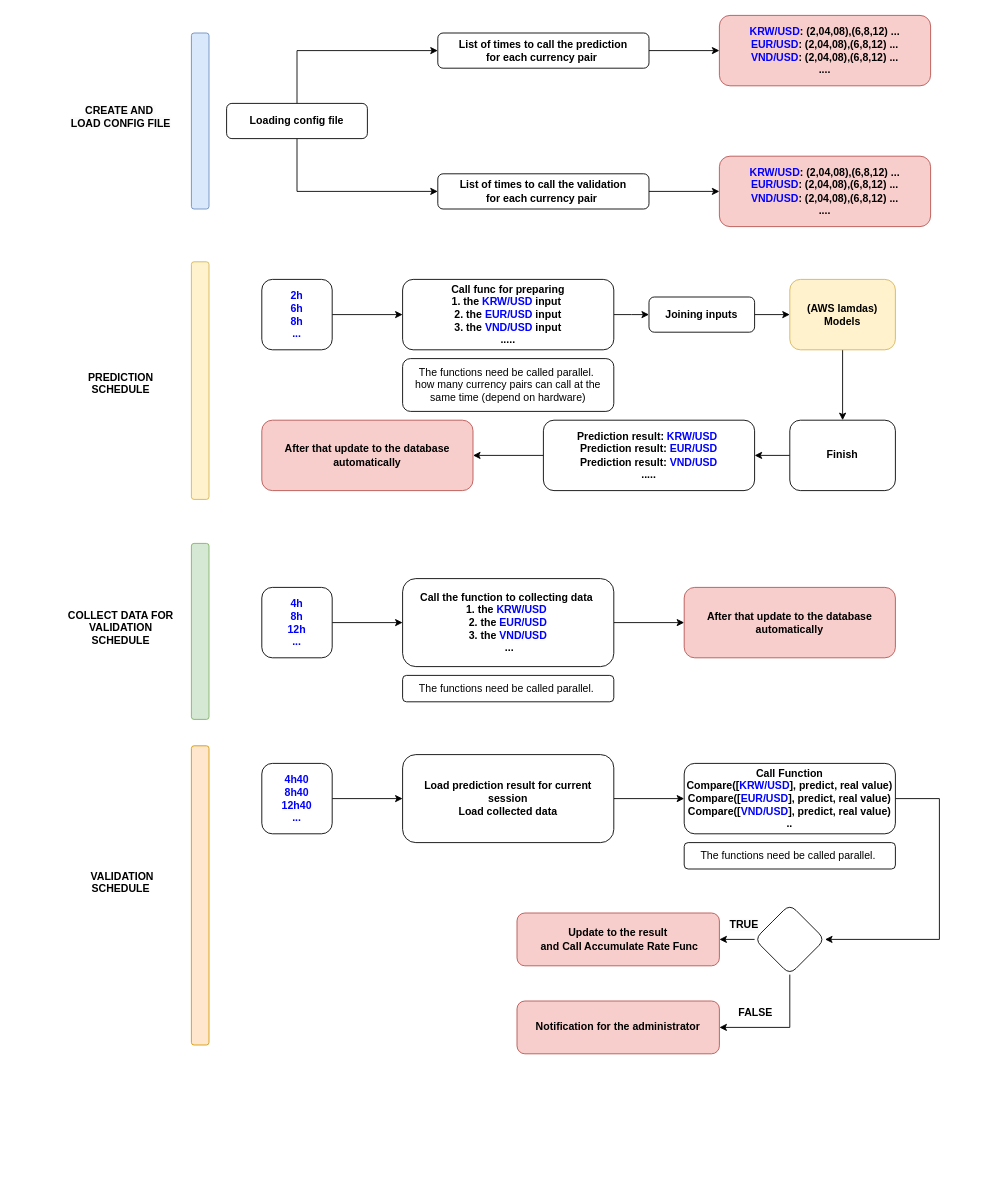
Above: indexai/Untitled Diagram.drawio in tommysnu/drawio-dde (draw.io), before the change. Source tidied: cells renumbered, new cells numbered last; positions are measured from the earlier drawing's top-left corner, leaving out a move shared by most shapes. Both pictures are drawn from the tidied source at 88%, with x=0, y=0 at pixel (59, 15).
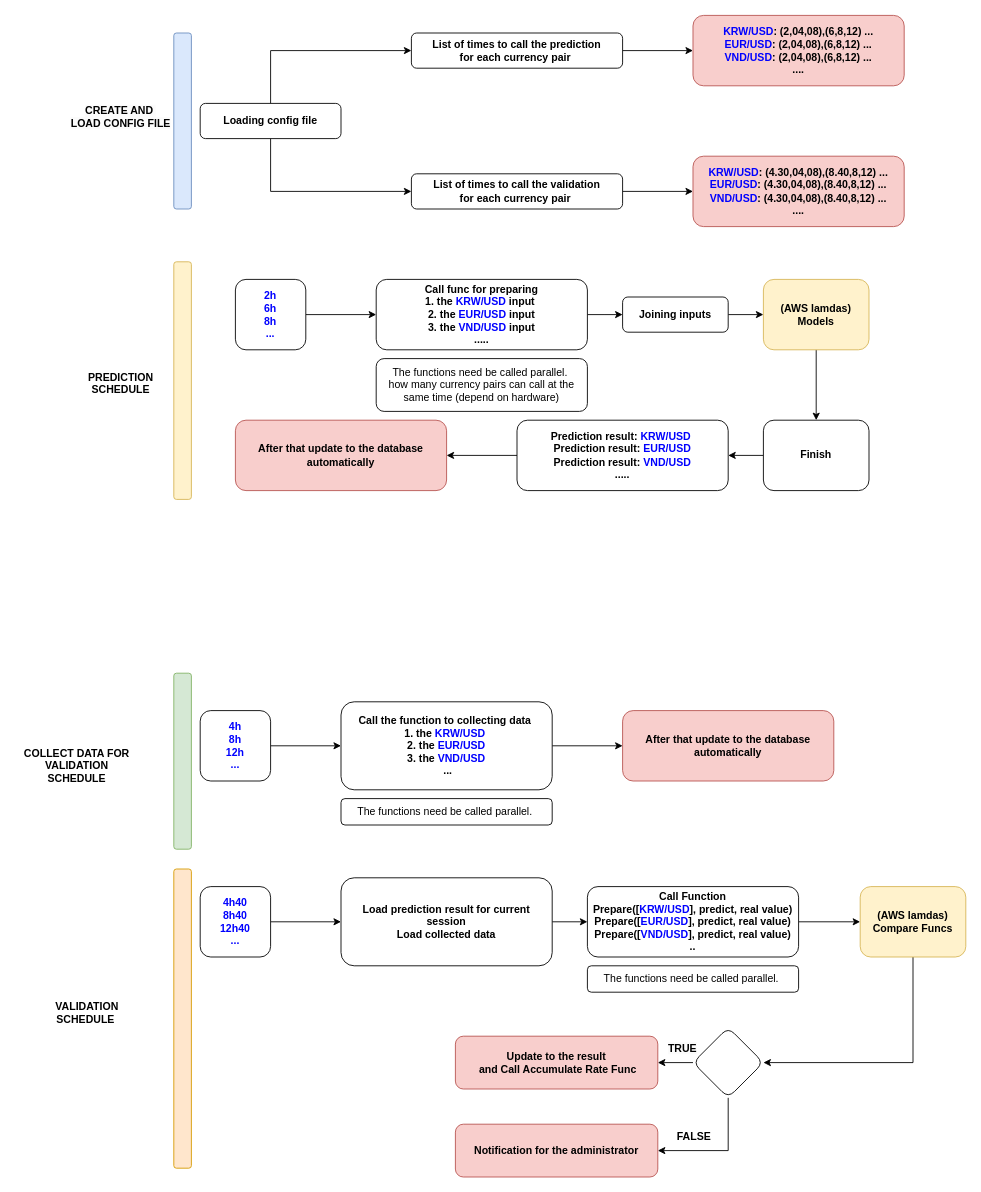
After the change.

Diff of the diagram source:
```diff
@@
     <mxCell id="2" style="edgeStyle=orthogonalEdgeStyle;rounded=0;jettySize=auto;html=1;" parent="1" edge="1" source="4" target="6">
       <mxGeometry relative="1" as="geometry">
         <Array as="points">
-          <mxPoint x="270" y="40" />
+          <mxPoint x="240" y="40" />
         </Array>
       </mxGeometry>
     </mxCell>
     <mxCell id="3" style="edgeStyle=orthogonalEdgeStyle;rounded=0;jettySize=auto;html=1;" parent="1" edge="1" source="4" target="8">
       <mxGeometry relative="1" as="geometry">
         <Array as="points">
-          <mxPoint x="270" y="200" />
+          <mxPoint x="240" y="200" />
         </Array>
       </mxGeometry>
     </mxCell>
     <mxCell id="4" value="Loading config file" style="rounded=1;whiteSpace=wrap;html=1;fontStyle=1;" parent="1" vertex="1">
-      <mxGeometry x="190" y="100" width="160" height="40" as="geometry" />
+      <mxGeometry x="160" y="100" width="160" height="40" as="geometry" />
     </mxCell>
@@
     <mxCell id="6" value="List of times to call the prediction&lt;br&gt;for each currency pair&amp;nbsp;" style="whiteSpace=wrap;html=1;rounded=1;fontStyle=1;" parent="1" vertex="1">
-      <mxGeometry x="430" y="20" width="240" height="40" as="geometry" />
+      <mxGeometry x="400" y="20" width="240" height="40" as="geometry" />
     </mxCell>
@@
     <mxCell id="8" value="List of times to call the validation&lt;br&gt;for each currency pair&amp;nbsp;" style="whiteSpace=wrap;html=1;rounded=1;fontStyle=1;" parent="1" vertex="1">
-      <mxGeometry x="430" y="180" width="240" height="40" as="geometry" />
+      <mxGeometry x="400" y="180" width="240" height="40" as="geometry" />
     </mxCell>
     <mxCell id="9" value="&lt;font color=&quot;#0000ff&quot;&gt;KRW/USD&lt;/font&gt;: (2,04,08),(6,8,12) ...&lt;br&gt;&lt;font color=&quot;#0000ff&quot;&gt;EUR/USD&lt;/font&gt;: (2,04,08),(6,8,12) ...&lt;br&gt;&lt;font color=&quot;#0000ff&quot;&gt;VND/USD&lt;/font&gt;: (2,04,08),(6,8,12) ...&lt;br&gt;...." style="whiteSpace=wrap;html=1;rounded=1;fontStyle=1;fillColor=#f8cecc;strokeColor=#b85450;" parent="1" vertex="1">
-      <mxGeometry x="750" width="240" height="80" as="geometry" />
+      <mxGeometry x="720" width="240" height="80" as="geometry" />
     </mxCell>
-    <mxCell id="10" value="&lt;font color=&quot;#0000ff&quot;&gt;KRW/USD&lt;/font&gt;: (2,04,08),(6,8,12) ...&lt;br&gt;&lt;font color=&quot;#0000ff&quot;&gt;EUR/USD&lt;/font&gt;: (2,04,08),(6,8,12) ...&lt;br&gt;&lt;font color=&quot;#0000ff&quot;&gt;VND/USD&lt;/font&gt;: (2,04,08),(6,8,12) ...&lt;br&gt;...." style="whiteSpace=wrap;html=1;rounded=1;fontStyle=1;fillColor=#f8cecc;strokeColor=#b85450;" parent="1" vertex="1">
-      <mxGeometry x="750" y="160" width="240" height="80" as="geometry" />
+    <mxCell id="10" value="&lt;font color=&quot;#0000ff&quot;&gt;KRW/USD&lt;/font&gt;: (4.30,04,08),(8.40,8,12) ...&lt;br&gt;&lt;font color=&quot;#0000ff&quot;&gt;EUR/USD&lt;/font&gt;: (4.30,04,08),(8.40,8,12) ...&lt;br&gt;&lt;font color=&quot;#0000ff&quot;&gt;VND/USD&lt;/font&gt;: (4.30,04,08),(8.40,8,12) ...&lt;br&gt;...." style="whiteSpace=wrap;html=1;rounded=1;fontStyle=1;fillColor=#f8cecc;strokeColor=#b85450;" parent="1" vertex="1">
+      <mxGeometry x="720" y="160" width="240" height="80" as="geometry" />
     </mxCell>
     <mxCell id="11" style="edgeStyle=orthogonalEdgeStyle;rounded=0;jettySize=auto;html=1;" parent="1" edge="1" source="12">
       <mxGeometry relative="1" as="geometry">
-        <mxPoint x="670" y="340" as="targetPoint" />
+        <mxPoint x="640" y="340" as="targetPoint" />
       </mxGeometry>
     </mxCell>
     <mxCell id="12" value="Call func for preparing &lt;br&gt;1. the&lt;font color=&quot;#0000ff&quot;&gt;&amp;nbsp;KRW/USD&amp;nbsp;&lt;/font&gt;input&lt;font color=&quot;#0000ff&quot;&gt;&amp;nbsp;&lt;/font&gt;&lt;br&gt;2. the&amp;nbsp;&lt;font color=&quot;#0000ff&quot;&gt;EUR/USD&amp;nbsp;&lt;/font&gt;input&lt;br&gt;3. the&amp;nbsp;&lt;font color=&quot;#0000ff&quot;&gt;VND/USD&amp;nbsp;&lt;/font&gt;input&lt;br&gt;....." style="whiteSpace=wrap;html=1;rounded=1;fontStyle=1;" parent="1" vertex="1">
-      <mxGeometry x="390" y="300" width="240" height="80" as="geometry" />
+      <mxGeometry x="360" y="300" width="240" height="80" as="geometry" />
     </mxCell>
@@
     <mxCell id="14" value="&lt;font color=&quot;#0000ff&quot;&gt;2h&lt;br&gt;6h&lt;br&gt;8h&lt;br&gt;...&lt;br&gt;&lt;/font&gt;" style="whiteSpace=wrap;html=1;rounded=1;fontStyle=1;" parent="1" vertex="1">
-      <mxGeometry x="230" y="300" width="80" height="80" as="geometry" />
+      <mxGeometry x="200" y="300" width="80" height="80" as="geometry" />
     </mxCell>
     <mxCell id="15" value="The functions need be called parallel.&amp;nbsp;&lt;br&gt;how many currency pairs can call at the same time (depend on hardware)" style="rounded=1;whiteSpace=wrap;html=1;" parent="1" vertex="1">
-      <mxGeometry x="390" y="390" width="240" height="60" as="geometry" />
+      <mxGeometry x="360" y="390" width="240" height="60" as="geometry" />
     </mxCell>
@@
     <mxCell id="17" value="Joining inputs" style="whiteSpace=wrap;html=1;rounded=1;fontStyle=1;" parent="1" vertex="1">
-      <mxGeometry x="670" y="320" width="120" height="40" as="geometry" />
+      <mxGeometry x="640" y="320" width="120" height="40" as="geometry" />
     </mxCell>
@@
     <mxCell id="19" value="(AWS lamdas)&lt;br&gt;Models" style="whiteSpace=wrap;html=1;rounded=1;fontStyle=1;fillColor=#fff2cc;strokeColor=#d6b656;" parent="1" vertex="1">
-      <mxGeometry x="830" y="300" width="120" height="80" as="geometry" />
+      <mxGeometry x="800" y="300" width="120" height="80" as="geometry" />
     </mxCell>
@@
     <mxCell id="21" value="Finish" style="whiteSpace=wrap;html=1;rounded=1;fontStyle=1;" parent="1" vertex="1">
-      <mxGeometry x="830" y="460" width="120" height="80" as="geometry" />
+      <mxGeometry x="800" y="460" width="120" height="80" as="geometry" />
     </mxCell>
@@
     <mxCell id="23" value="Prediction result:&lt;font style=&quot;border-color: var(--border-color);&quot; color=&quot;#0000ff&quot;&gt;&amp;nbsp;KRW/USD&amp;nbsp;&lt;/font&gt;&lt;br style=&quot;border-color: var(--border-color);&quot;&gt;Prediction result:&amp;nbsp;&lt;font style=&quot;border-color: var(--border-color);&quot; color=&quot;#0000ff&quot;&gt;EUR/USD&lt;/font&gt;&lt;br style=&quot;border-color: var(--border-color);&quot;&gt;Prediction result:&amp;nbsp;&lt;font style=&quot;border-color: var(--border-color);&quot; color=&quot;#0000ff&quot;&gt;VND/USD&lt;/font&gt;&lt;br style=&quot;border-color: var(--border-color);&quot;&gt;....." style="whiteSpace=wrap;html=1;rounded=1;fontStyle=1;" parent="1" vertex="1">
-      <mxGeometry x="550" y="460" width="240" height="80" as="geometry" />
+      <mxGeometry x="520" y="460" width="240" height="80" as="geometry" />
     </mxCell>
     <mxCell id="24" value="After that update to the database automatically" style="whiteSpace=wrap;html=1;rounded=1;fontStyle=1;fillColor=#f8cecc;strokeColor=#b85450;" parent="1" vertex="1">
-      <mxGeometry x="230" y="460" width="240" height="80" as="geometry" />
+      <mxGeometry x="200" y="460" width="240" height="80" as="geometry" />
     </mxCell>
@@
     <mxCell id="26" value="Call the function to collecting data&amp;nbsp;&lt;br&gt;1. the&lt;font style=&quot;border-color: var(--border-color);&quot; color=&quot;#0000ff&quot;&gt;&amp;nbsp;KRW/USD&amp;nbsp;&lt;/font&gt;&lt;br style=&quot;border-color: var(--border-color);&quot;&gt;2. the&amp;nbsp;&lt;font style=&quot;border-color: var(--border-color);&quot; color=&quot;#0000ff&quot;&gt;EUR/USD&lt;/font&gt;&lt;br style=&quot;border-color: var(--border-color);&quot;&gt;3. the&amp;nbsp;&lt;font style=&quot;border-color: var(--border-color);&quot; color=&quot;#0000ff&quot;&gt;VND/USD&lt;/font&gt;&lt;br&gt;&amp;nbsp;..." style="whiteSpace=wrap;html=1;rounded=1;fontStyle=1;" parent="1" vertex="1">
-      <mxGeometry x="390" y="640" width="240" height="100" as="geometry" />
+      <mxGeometry x="320" y="780" width="240" height="100" as="geometry" />
     </mxCell>
@@
     <mxCell id="28" value="&lt;font color=&quot;#0000ff&quot;&gt;4h&lt;br&gt;8h&lt;br&gt;12h&lt;br&gt;...&lt;br&gt;&lt;/font&gt;" style="whiteSpace=wrap;html=1;rounded=1;fontStyle=1;" parent="1" vertex="1">
-      <mxGeometry x="230" y="650" width="80" height="80" as="geometry" />
+      <mxGeometry x="160" y="790" width="80" height="80" as="geometry" />
     </mxCell>
     <mxCell id="29" value="The functions need be called parallel.&amp;nbsp;" style="rounded=1;whiteSpace=wrap;html=1;" parent="1" vertex="1">
-      <mxGeometry x="390" y="750" width="240" height="30" as="geometry" />
+      <mxGeometry x="320" y="890" width="240" height="30" as="geometry" />
     </mxCell>
     <mxCell id="30" value="After that update to the database automatically" style="whiteSpace=wrap;html=1;rounded=1;fontStyle=1;fillColor=#f8cecc;strokeColor=#b85450;" parent="1" vertex="1">
-      <mxGeometry x="710" y="650" width="240" height="80" as="geometry" />
+      <mxGeometry x="640" y="790" width="240" height="80" as="geometry" />
     </mxCell>
@@
     <mxCell id="32" value="Load prediction result for current session&lt;br&gt;Load collected data" style="whiteSpace=wrap;html=1;rounded=1;fontStyle=1;" parent="1" vertex="1">
-      <mxGeometry x="390" y="840" width="240" height="100" as="geometry" />
+      <mxGeometry x="320" y="980" width="240" height="100" as="geometry" />
     </mxCell>
@@
     <mxCell id="34" value="&lt;font color=&quot;#0000ff&quot;&gt;4h40&lt;br&gt;8h40&lt;br&gt;12h40&lt;br&gt;...&lt;br&gt;&lt;/font&gt;" style="whiteSpace=wrap;html=1;rounded=1;fontStyle=1;" parent="1" vertex="1">
-      <mxGeometry x="230" y="850" width="80" height="80" as="geometry" />
+      <mxGeometry x="160" y="990" width="80" height="80" as="geometry" />
     </mxCell>
-    <mxCell id="35" style="edgeStyle=orthogonalEdgeStyle;rounded=0;jettySize=auto;html=1;" parent="1" edge="1" source="36" target="40">
-      <mxGeometry relative="1" as="geometry">
-        <Array as="points">
-          <mxPoint x="1000" y="890" />
-          <mxPoint x="1000" y="1050" />
-        </Array>
-      </mxGeometry>
-    </mxCell>
+    <mxCell id="53" style="edgeStyle=orthogonalEdgeStyle;rounded=0;jettySize=auto;html=1;" parent="1" edge="1" source="36" target="55">
+      <mxGeometry relative="1" as="geometry">
+        <Array as="points">
+          <mxPoint x="930" y="1030" />
+        </Array>
+      </mxGeometry>
+    </mxCell>
-    <mxCell id="36" value="Call Function &lt;br&gt;Compare([&lt;font color=&quot;#0000ff&quot;&gt;KRW/USD&lt;/font&gt;], predict, real value)&lt;br&gt;Compare([&lt;font color=&quot;#0000ff&quot;&gt;EUR/USD&lt;/font&gt;], predict, real value)&lt;br&gt;Compare([&lt;font color=&quot;#0000ff&quot;&gt;VND/USD&lt;/font&gt;], predict, real value)&lt;br&gt;.." style="whiteSpace=wrap;html=1;rounded=1;fontStyle=1;" parent="1" vertex="1">
-      <mxGeometry x="710" y="850" width="240" height="80" as="geometry" />
+    <mxCell id="36" value="Call Function &lt;br&gt;Prepare([&lt;font color=&quot;#0000ff&quot;&gt;KRW/USD&lt;/font&gt;], predict, real value)&lt;br&gt;Prepare([&lt;font color=&quot;#0000ff&quot;&gt;EUR/USD&lt;/font&gt;], predict, real value)&lt;br&gt;Prepare([&lt;font color=&quot;#0000ff&quot;&gt;VND/USD&lt;/font&gt;], predict, real value)&lt;br&gt;.." style="whiteSpace=wrap;html=1;rounded=1;fontStyle=1;" parent="1" vertex="1">
+      <mxGeometry x="600" y="990" width="240" height="80" as="geometry" />
     </mxCell>
     <mxCell id="37" value="The functions need be called parallel.&amp;nbsp;" style="rounded=1;whiteSpace=wrap;html=1;" parent="1" vertex="1">
-      <mxGeometry x="710" y="940" width="240" height="30" as="geometry" />
+      <mxGeometry x="600" y="1080" width="240" height="30" as="geometry" />
     </mxCell>
@@
     <mxCell id="39" style="edgeStyle=orthogonalEdgeStyle;rounded=0;jettySize=auto;html=1;" parent="1" edge="1" source="40" target="43">
       <mxGeometry relative="1" as="geometry">
         <Array as="points">
-          <mxPoint x="830" y="1150" />
+          <mxPoint x="760" y="1290" />
         </Array>
       </mxGeometry>
     </mxCell>
     <mxCell id="40" style="rhombus;whiteSpace=wrap;html=1;rounded=1;fontStyle=1;" parent="1" vertex="1">
-      <mxGeometry x="790" y="1010" width="80" height="80" as="geometry" />
+      <mxGeometry x="720" y="1150" width="80" height="80" as="geometry" />
     </mxCell>
     <mxCell id="41" value="Update to the result&lt;br&gt;&amp;nbsp;and Call Accumulate Rate Func" style="whiteSpace=wrap;html=1;rounded=1;fontStyle=1;fillColor=#f8cecc;strokeColor=#b85450;" parent="1" vertex="1">
-      <mxGeometry x="520" y="1020" width="230" height="60" as="geometry" />
+      <mxGeometry x="450" y="1160" width="230" height="60" as="geometry" />
     </mxCell>
     <mxCell id="42" value="&lt;span style=&quot;color: rgb(0, 0, 0); font-family: Helvetica; font-size: 12px; font-style: normal; font-variant-ligatures: normal; font-variant-caps: normal; font-weight: 700; letter-spacing: normal; orphans: 2; text-align: center; text-indent: 0px; text-transform: none; widows: 2; word-spacing: 0px; -webkit-text-stroke-width: 0px; background-color: rgb(251, 251, 251); text-decoration-thickness: initial; text-decoration-style: initial; text-decoration-color: initial; float: none; display: inline !important;&quot;&gt;TRUE&lt;/span&gt;" style="text;whiteSpace=wrap;html=1;" parent="1" vertex="1">
-      <mxGeometry x="760" y="1020" width="70" height="40" as="geometry" />
+      <mxGeometry x="690" y="1160" width="70" height="40" as="geometry" />
     </mxCell>
     <mxCell id="43" value="Notification for the administrator" style="whiteSpace=wrap;html=1;rounded=1;fontStyle=1;fillColor=#f8cecc;strokeColor=#b85450;" parent="1" vertex="1">
-      <mxGeometry x="520" y="1120" width="230" height="60" as="geometry" />
+      <mxGeometry x="450" y="1260" width="230" height="60" as="geometry" />
     </mxCell>
     <mxCell id="44" value="&lt;div style=&quot;text-align: center;&quot;&gt;&lt;span style=&quot;background-color: initial;&quot;&gt;&lt;b&gt;FALSE&lt;/b&gt;&lt;/span&gt;&lt;/div&gt;" style="text;whiteSpace=wrap;html=1;" parent="1" vertex="1">
-      <mxGeometry x="770" y="1120" width="70" height="40" as="geometry" />
+      <mxGeometry x="700" y="1260" width="70" height="40" as="geometry" />
     </mxCell>
     <mxCell id="45" style="rounded=1;whiteSpace=wrap;html=1;fillColor=#dae8fc;strokeColor=#6c8ebf;" parent="1" vertex="1">
-      <mxGeometry x="150" y="20" width="20" height="200" as="geometry" />
+      <mxGeometry x="130" y="20" width="20" height="200" as="geometry" />
     </mxCell>
@@
     <mxCell id="47" style="rounded=1;whiteSpace=wrap;html=1;fillColor=#fff2cc;strokeColor=#d6b656;" parent="1" vertex="1">
-      <mxGeometry x="150" y="280" width="20" height="270" as="geometry" />
+      <mxGeometry x="130" y="280" width="20" height="270" as="geometry" />
     </mxCell>
@@
     <mxCell id="49" style="rounded=1;whiteSpace=wrap;html=1;fillColor=#d5e8d4;strokeColor=#82b366;" parent="1" vertex="1">
-      <mxGeometry x="150" y="600" width="20" height="200" as="geometry" />
+      <mxGeometry x="130" y="747.5" width="20" height="200" as="geometry" />
     </mxCell>
     <mxCell id="50" value="COLLECT DATA FOR VALIDATION&lt;br&gt;SCHEDULE" style="text;whiteSpace=wrap;html=1;align=center;fontStyle=1;" parent="1" vertex="1">
-      <mxGeometry y="667.5" width="140" height="45" as="geometry" />
+      <mxGeometry x="-50" y="825" width="140" height="45" as="geometry" />
     </mxCell>
     <mxCell id="51" style="rounded=1;whiteSpace=wrap;html=1;fillColor=#ffe6cc;strokeColor=#d79b00;" parent="1" vertex="1">
-      <mxGeometry x="150" y="830" width="20" height="340" as="geometry" />
+      <mxGeometry x="130" y="970" width="20" height="340" as="geometry" />
     </mxCell>
     <mxCell id="52" value="&amp;nbsp;VALIDATION&lt;br&gt;SCHEDULE" style="text;whiteSpace=wrap;html=1;align=center;fontStyle=1;" parent="1" vertex="1">
-      <mxGeometry y="965" width="140" height="45" as="geometry" />
+      <mxGeometry x="-40" y="1113" width="140" height="45" as="geometry" />
     </mxCell>
+    <mxCell id="54" style="edgeStyle=orthogonalEdgeStyle;rounded=0;jettySize=auto;html=1;entryX=1;entryY=0.5;entryDx=0;entryDy=0;" parent="1" edge="1" source="55" target="40">
+      <mxGeometry relative="1" as="geometry">
+        <Array as="points">
+          <mxPoint x="970" y="1190" />
+        </Array>
+      </mxGeometry>
+    </mxCell>
+    <mxCell id="55" value="(AWS lamdas)&lt;br&gt;Compare Funcs" style="whiteSpace=wrap;html=1;rounded=1;fontStyle=1;fillColor=#fff2cc;strokeColor=#d6b656;" parent="1" vertex="1">
+      <mxGeometry x="910" y="990" width="120" height="80" as="geometry" />
+    </mxCell>
```
